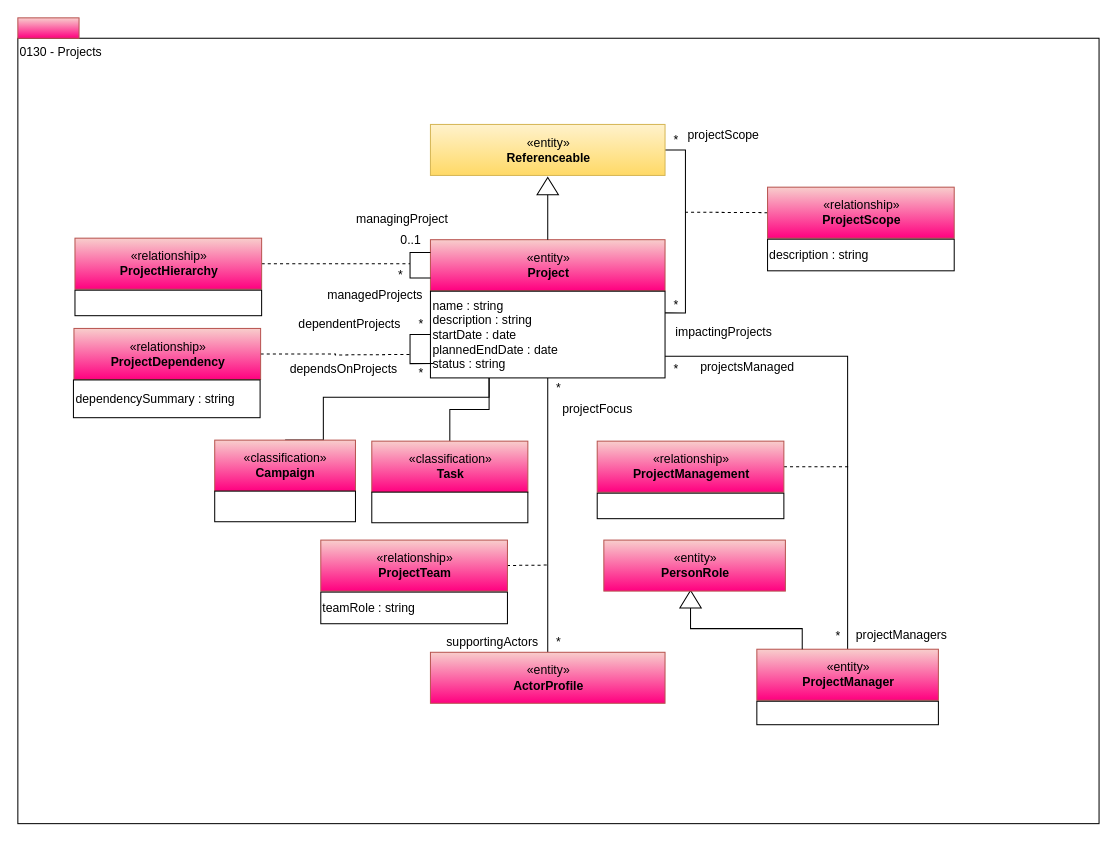
odpi/egeria keeps this draw.io diagram as page "0130-Projects" (7 of 13) of open-metadata-publication/website/open-metadata-types/area-1-collaboration.drawio. Above is the earlier version. Source tidied: cells renumbered, new cells numbered last; positions are measured from the earlier drawing's top-left corner, leaving out a move shared by most shapes. Both pictures are drawn from the tidied source at 102%, with x=0, y=0 at pixel (17, 17).
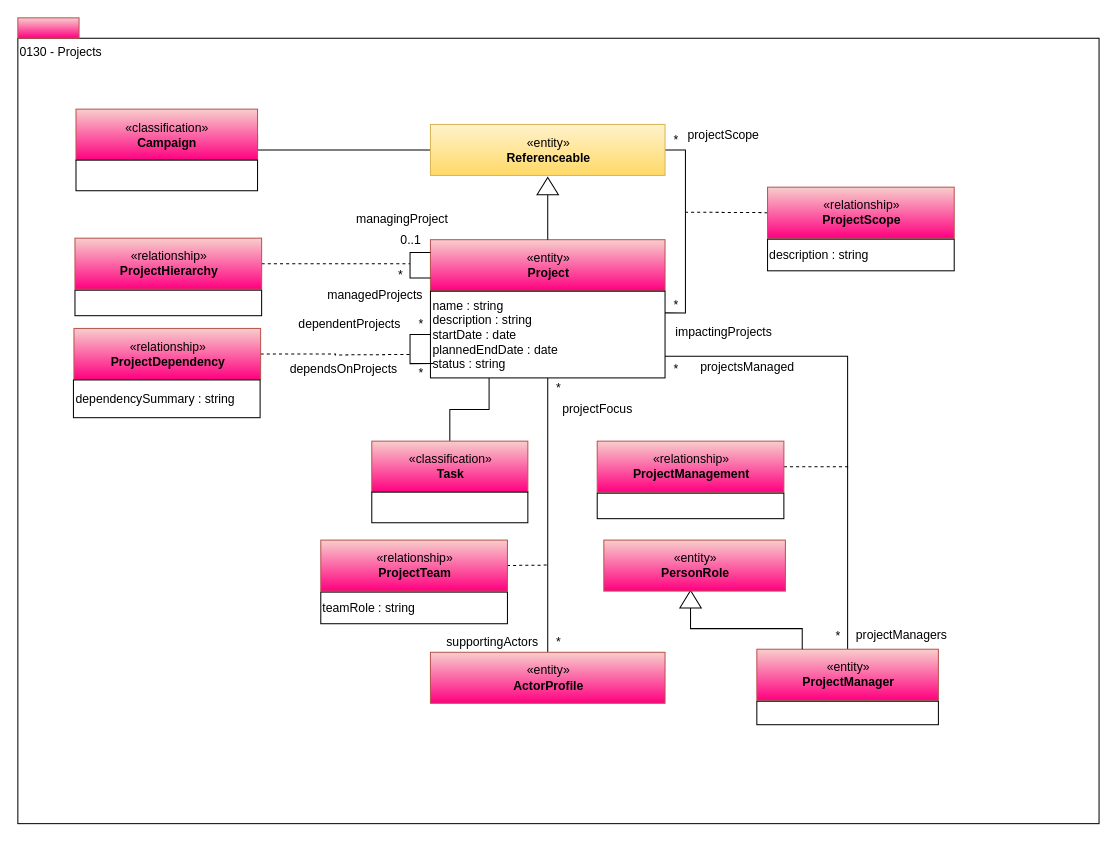
Above is the later version.

The change refers to these unchanged cells:
```xml
<mxCell id="9" value="name : string&lt;br&gt;description : string&lt;br&gt;startDate : date&lt;br&gt;plannedEndDate : date&lt;br&gt;status : string&lt;br&gt;" style="rounded=0;whiteSpace=wrap;html=1;align=left;" parent="1" vertex="1">
  <mxGeometry x="404.5" y="268" width="230" height="85" as="geometry" />
</mxCell>
<mxCell id="18" value="«entity»&lt;br&gt;&lt;b&gt;Referenceable&lt;/b&gt;" style="html=1;strokeColor=#d6b656;align=center;fillColor=#fff2cc;gradientColor=#ffd966;" parent="1" vertex="1">
  <mxGeometry x="404.5" y="104.5" width="230" height="50" as="geometry" />
</mxCell>
```

What changed in the source:
```diff
@@
-    <mxCell id="7" style="edgeStyle=orthogonalEdgeStyle;rounded=0;html=1;exitX=0.25;exitY=1;entryX=0.5;entryY=0;endArrow=none;endFill=0;jettySize=auto;" parent="1" edge="1" source="9" target="30">
+    <mxCell id="7" style="edgeStyle=orthogonalEdgeStyle;rounded=0;html=1;exitX=0;exitY=0.5;entryX=1;entryY=0.5;endArrow=none;endFill=0;jettySize=auto;exitDx=0;exitDy=0;entryDx=0;entryDy=0;" parent="1" edge="1" source="18" target="30">
       <mxGeometry relative="1" as="geometry">
         <Array as="points">
-          <mxPoint x="462.5" y="372" />
-          <mxPoint x="299.5" y="372" />
+          <mxPoint x="235" y="130" />
         </Array>
       </mxGeometry>
     </mxCell>
@@
     <mxCell id="30" value="«classification»&lt;br&gt;&lt;b&gt;Campaign&lt;/b&gt;" style="html=1;strokeColor=#b85450;align=center;fillColor=#f8cecc;gradientColor=#FF0080;" parent="1" vertex="1">
-      <mxGeometry x="193" y="414" width="138" height="50" as="geometry" />
+      <mxGeometry x="57" y="89.5" width="178" height="50" as="geometry" />
     </mxCell>
     <mxCell id="31" style="rounded=0;whiteSpace=wrap;html=1;align=left;" parent="1" vertex="1">
-      <mxGeometry x="193" y="464" width="138" height="30" as="geometry" />
+      <mxGeometry x="57" y="139.5" width="178" height="30" as="geometry" />
     </mxCell>
```
